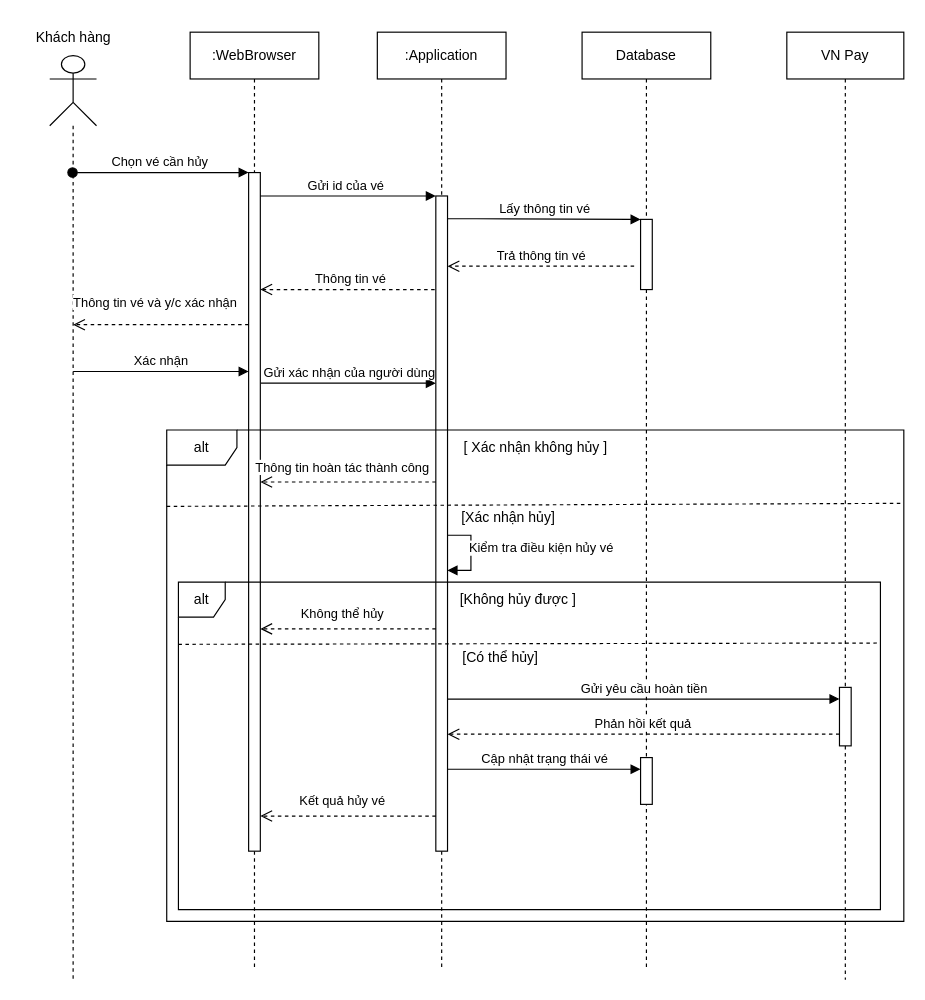
Above: Sequence Diagram/Cancelbooking.drawio in dvhAoU1374/IT3120-PTTKHT (draw.io), before the change. Source tidied: cells renumbered, new cells numbered last; positions are measured from the earlier drawing's top-left corner, leaving out a move shared by most shapes. Both pictures are drawn from the tidied source at 117%, with x=0, y=0 at pixel (20, 20).
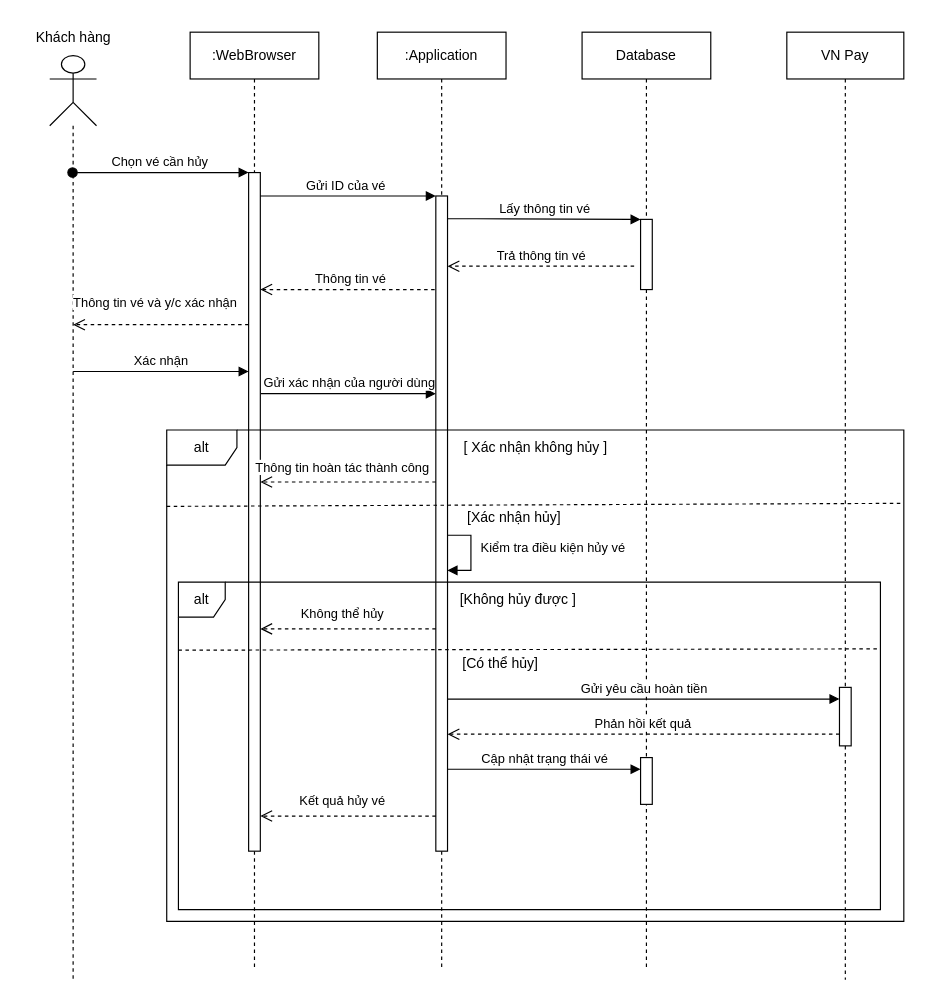
Above is the later version.

The change refers to these unchanged cells:
```xml
<mxCell id="12" value=":WebBrowser" style="shape=umlLifeline;perimeter=lifelinePerimeter;whiteSpace=wrap;html=1;outlineConnect=0;portConstraint=eastwest;newEdgeStyle={&quot;curved&quot;:0,&quot;rounded&quot;:0};" parent="1" vertex="1">
  <mxGeometry x="145" y="10" width="110" height="800" as="geometry" />
</mxCell>
```

What changed in the source:
```diff
@@
     <mxCell id="5" value="Kiểm tra điều kiện hủy vé" style="html=1;verticalAlign=bottom;endArrow=block;curved=0;rounded=0;" parent="1" edge="1">
-      <mxGeometry x="0.14" y="60" relative="1" as="geometry">
+      <mxGeometry x="0.14" y="70" relative="1" as="geometry">
         <mxPoint x="365" y="440" as="sourcePoint" />
         <mxPoint x="365" y="470" as="targetPoint" />
         <Array as="points">
           <mxPoint x="385" y="440" />
           <mxPoint x="385" y="470" />
         </Array>
       </mxGeometry>
     </mxCell>
-    <mxCell id="6" value="Gửi id của vé" style="html=1;verticalAlign=bottom;endArrow=block;curved=0;rounded=0;" parent="1" edge="1" source="12">
+    <mxCell id="6" value="Gửi ID của vé" style="html=1;verticalAlign=bottom;endArrow=block;curved=0;rounded=0;" parent="1" edge="1" source="12">
       <mxGeometry relative="1" as="geometry">
         <mxPoint x="355" y="150" as="targetPoint" />
-        <Array as="points">
-          <mxPoint x="275" y="150" />
-        </Array>
       </mxGeometry>
     </mxCell>
     <mxCell id="7" value="Gửi xác nhận của người dùng" style="html=1;verticalAlign=bottom;endArrow=block;curved=0;rounded=0;" parent="1" edge="1">
       <mxGeometry relative="1" as="geometry">
-        <mxPoint x="205.5" y="310" as="sourcePoint" />
-        <mxPoint x="355" y="310" as="targetPoint" />
+        <mxPoint x="205.5" y="319" as="sourcePoint" />
+        <mxPoint x="355" y="319" as="targetPoint" />
       </mxGeometry>
     </mxCell>
@@
     <mxCell id="23" value="&amp;nbsp;[Xác nhận hủy]" style="text;html=1;align=center;verticalAlign=middle;strokeColor=none;fillColor=none;" parent="1" vertex="1">
-      <mxGeometry x="360" y="410" width="110" height="30" as="geometry" />
+      <mxGeometry x="365" y="410" width="110" height="30" as="geometry" />
     </mxCell>
@@
     <mxCell id="28" style="endArrow=none;dashed=1;html=1;rounded=0;exitX=0;exitY=0.283;exitDx=0;exitDy=0;exitPerimeter=0;entryX=0.999;entryY=0.279;entryDx=0;entryDy=0;entryPerimeter=0;" parent="1" edge="1">
       <mxGeometry relative="1" as="geometry">
-        <mxPoint x="135" y="533.2" as="sourcePoint" />
-        <mxPoint x="734.4" y="532.1" as="targetPoint" />
+        <mxPoint x="135" y="538.2" as="sourcePoint" />
+        <mxPoint x="734.4" y="537.1" as="targetPoint" />
       </mxGeometry>
     </mxCell>
     <mxCell id="29" value="[Có thể hủy]" style="text;html=1;align=center;verticalAlign=middle;strokeColor=none;fillColor=none;" parent="1" vertex="1">
-      <mxGeometry x="365" y="530" width="90" height="30" as="geometry" />
+      <mxGeometry x="365" y="535" width="90" height="30" as="geometry" />
     </mxCell>
```
